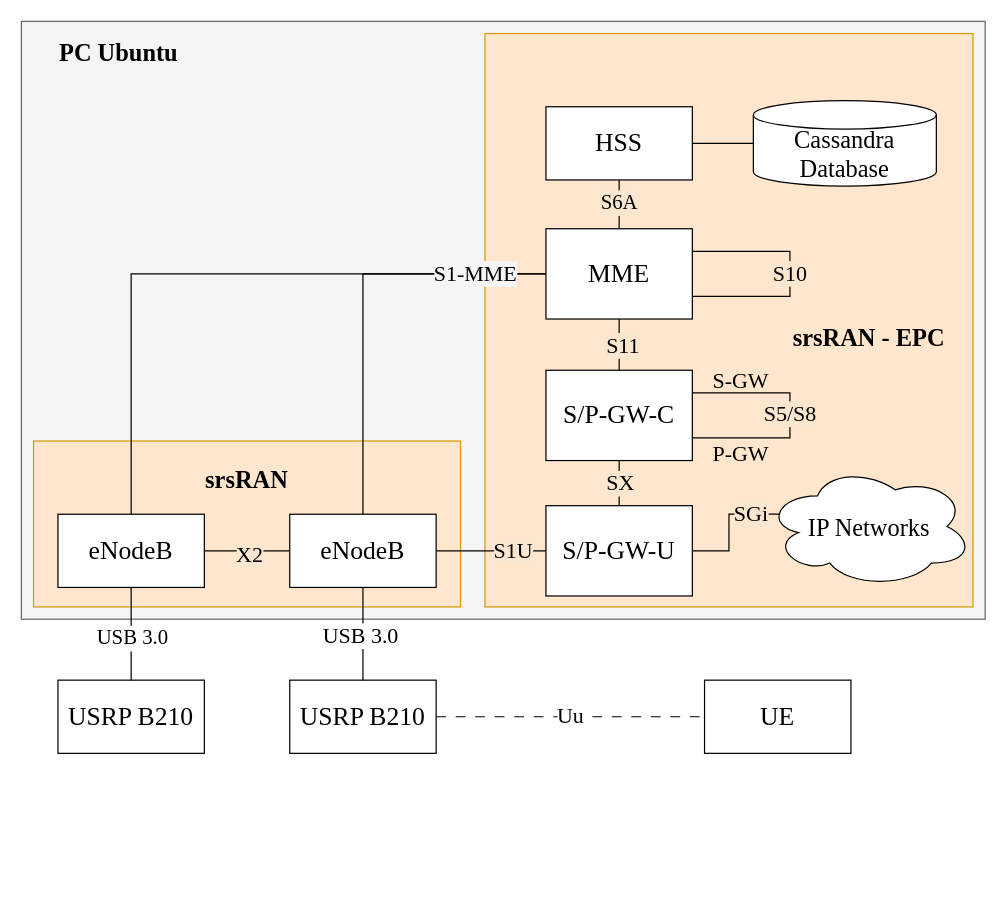
This is page "Design" (3 of 3) of OFDM.drawio from troders34/research, a draw.io file, before an edit. Source tidied: cells renumbered, new cells numbered last; positions are measured from the earlier drawing's top-left corner, leaving out a move shared by most shapes. Both pictures are drawn from the tidied source at 122%, with x=0, y=0 at pixel (21, 21).
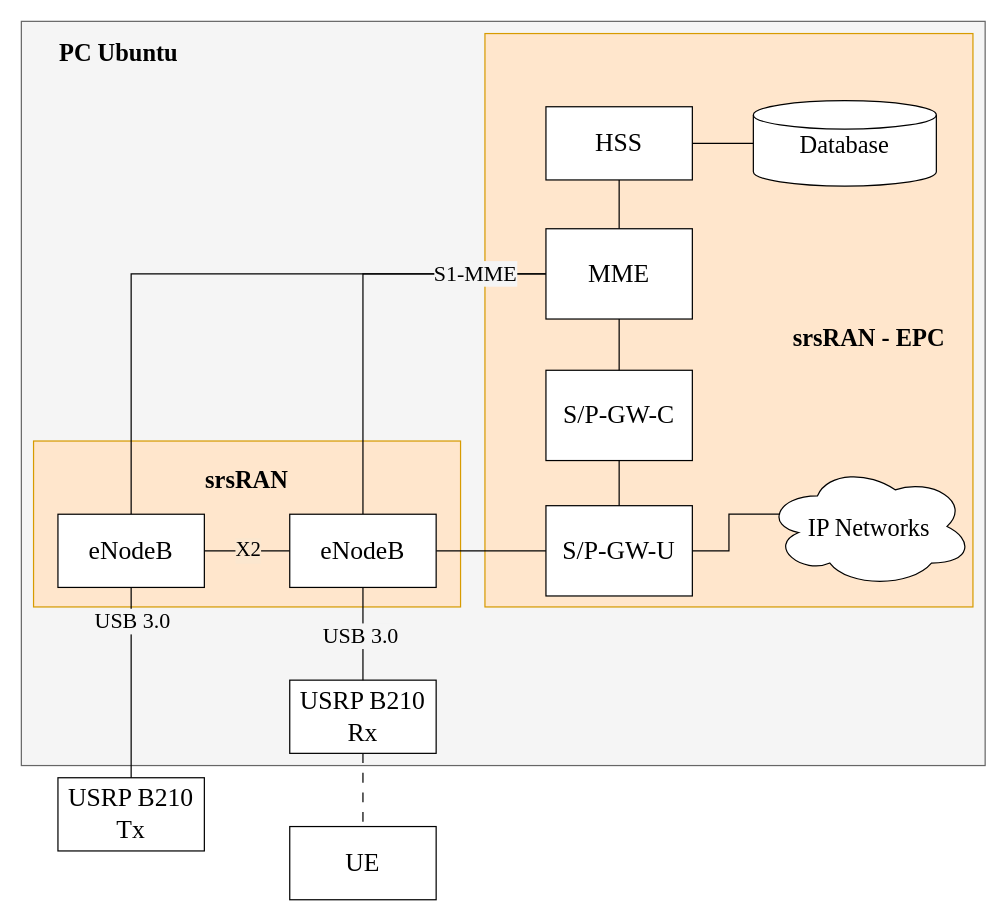
After the change.

The change refers to these unchanged cells:
```xml
<mxCell id="9" style="edgeStyle=orthogonalEdgeStyle;rounded=0;jettySize=auto;html=1;exitX=1;exitY=0.5;exitDx=0;exitDy=0;entryX=0;entryY=0.5;entryDx=0;entryDy=0;endArrow=none;startFill=0;" parent="1" edge="1" source="12" target="19">
  <mxGeometry relative="1" as="geometry" />
</mxCell>
<mxCell id="12" value="eNodeB" style="rounded=0;whiteSpace=wrap;html=1;fontFamily=Times New Roman;verticalAlign=middle;fontSize=21;" parent="1" vertex="1">
  <mxGeometry x="30" y="404" width="120" height="60" as="geometry" />
</mxCell>
<mxCell id="13" style="edgeStyle=orthogonalEdgeStyle;rounded=0;jettySize=auto;html=1;exitX=0.5;exitY=1;exitDx=0;exitDy=0;entryX=0.5;entryY=0;entryDx=0;entryDy=0;endArrow=none;startFill=0;" parent="1" edge="1" source="19" target="3">
  <mxGeometry relative="1" as="geometry" />
</mxCell>
<mxCell id="17" style="edgeStyle=orthogonalEdgeStyle;rounded=0;jettySize=auto;html=1;exitX=1;exitY=0.5;exitDx=0;exitDy=0;entryX=0;entryY=0.5;entryDx=0;entryDy=0;endArrow=none;startFill=0;" parent="1" edge="1" source="19" target="26">
  <mxGeometry relative="1" as="geometry" />
</mxCell>
<mxCell id="21" style="edgeStyle=orthogonalEdgeStyle;rounded=0;jettySize=auto;html=1;exitX=0.5;exitY=1;exitDx=0;exitDy=0;entryX=0.5;entryY=0;entryDx=0;entryDy=0;endArrow=none;startFill=0;" parent="1" edge="1" source="23" target="32">
  <mxGeometry relative="1" as="geometry" />
</mxCell>
<mxCell id="27" style="edgeStyle=orthogonalEdgeStyle;rounded=0;jettySize=auto;html=1;exitX=0.5;exitY=1;exitDx=0;exitDy=0;entryX=0.5;entryY=0;entryDx=0;entryDy=0;endArrow=none;startFill=0;" parent="1" edge="1" source="29" target="26">
  <mxGeometry relative="1" as="geometry" />
</mxCell>
<mxCell id="29" value="S/P-GW-C" style="rounded=0;whiteSpace=wrap;html=1;fontFamily=Times New Roman;verticalAlign=middle;fontSize=21;" parent="1" vertex="1">
  <mxGeometry x="430" y="286" width="120" height="74" as="geometry" />
</mxCell>
<mxCell id="30" style="edgeStyle=orthogonalEdgeStyle;rounded=0;jettySize=auto;html=1;exitX=0.5;exitY=1;exitDx=0;exitDy=0;entryX=0.5;entryY=0;entryDx=0;entryDy=0;endArrow=none;startFill=0;" parent="1" edge="1" source="32" target="29">
  <mxGeometry relative="1" as="geometry" />
</mxCell>
<mxCell id="32" value="MME" style="rounded=0;whiteSpace=wrap;html=1;fontFamily=Times New Roman;verticalAlign=middle;fontSize=21;" parent="1" vertex="1">
  <mxGeometry x="430" y="170" width="120" height="74" as="geometry" />
</mxCell>
<mxCell id="34" style="edgeStyle=orthogonalEdgeStyle;rounded=0;jettySize=auto;html=1;exitX=1;exitY=0.5;exitDx=0;exitDy=0;entryX=0.07;entryY=0.4;entryDx=0;entryDy=0;entryPerimeter=0;endArrow=none;startFill=0;" parent="1" edge="1" source="26" target="33">
  <mxGeometry relative="1" as="geometry" />
</mxCell>
```

Change to the diagram source:
```diff
@@
+    <mxCell id="4" style="rounded=0;whiteSpace=wrap;html=1;fontFamily=Times New Roman;verticalAlign=middle;fontSize=21;fillColor=#f5f5f5;strokeColor=#666666;fontColor=#333333;labelBackgroundColor=light-dark(#fbe7cf, #ededed);" parent="1" vertex="1">
+      <mxGeometry width="790" height="610" as="geometry" />
+    </mxCell>
-    <mxCell id="2" value="USRP B210" style="rounded=0;whiteSpace=wrap;html=1;fontFamily=Times New Roman;verticalAlign=middle;fontSize=21;" parent="1" vertex="1">
-      <mxGeometry x="30" y="540" width="120" height="60" as="geometry" />
+    <mxCell id="2" value="USRP B210&lt;div&gt;Tx&lt;/div&gt;" style="rounded=0;whiteSpace=wrap;html=1;fontFamily=Times New Roman;verticalAlign=middle;fontSize=21;" parent="1" vertex="1">
+      <mxGeometry x="30" y="620" width="120" height="60" as="geometry" />
     </mxCell>
+    <mxCell id="43" style="edgeStyle=orthogonalEdgeStyle;rounded=0;jettySize=auto;html=1;exitX=0.5;exitY=1;exitDx=0;exitDy=0;entryX=0.5;entryY=0;entryDx=0;entryDy=0;endArrow=none;startFill=0;dashed=1;dashPattern=8 8;" parent="1" edge="1" source="3" target="42">
+      <mxGeometry relative="1" as="geometry" />
+    </mxCell>
-    <mxCell id="3" value="USRP B210" style="rounded=0;whiteSpace=wrap;html=1;fontFamily=Times New Roman;verticalAlign=middle;fontSize=21;" parent="1" vertex="1">
+    <mxCell id="3" value="USRP B210&lt;div&gt;Rx&lt;/div&gt;" style="rounded=0;whiteSpace=wrap;html=1;fontFamily=Times New Roman;verticalAlign=middle;fontSize=21;" parent="1" vertex="1">
       <mxGeometry x="220" y="540" width="120" height="60" as="geometry" />
     </mxCell>
-    <mxCell id="4" style="rounded=0;whiteSpace=wrap;html=1;fontFamily=Times New Roman;verticalAlign=middle;fontSize=21;fillColor=#f5f5f5;strokeColor=#666666;fontColor=#333333;" parent="1" vertex="1">
-      <mxGeometry width="790" height="490" as="geometry" />
-    </mxCell>
@@
-    <mxCell id="7" style="edgeStyle=orthogonalEdgeStyle;rounded=0;jettySize=auto;html=1;exitX=0.5;exitY=1;exitDx=0;exitDy=0;entryX=0.5;entryY=0;entryDx=0;entryDy=0;endArrow=none;startFill=0;" parent="1" edge="1" source="12" target="2">
-      <mxGeometry relative="1" as="geometry" />
-    </mxCell>
-    <mxCell id="8" value="&lt;font&gt;USB 3.0&lt;/font&gt;" style="edgeLabel;html=1;align=center;verticalAlign=middle;fontFamily=Times New Roman;fontSize=17;" parent="7" vertex="1">
-      <mxGeometry x="0.09" relative="1" as="geometry" />
-    </mxCell>
@@
-    <mxCell id="10" value="X2" style="edgeLabel;html=1;align=center;verticalAlign=middle;fontFamily=Times New Roman;fontSize=18;labelBackgroundColor=light-dark(#fbe7cf, #ededed);" parent="9" vertex="1">
-      <mxGeometry x="0.04" y="-3" relative="1" as="geometry" />
+    <mxCell id="10" value="&lt;font style=&quot;font-size: 17px;&quot; face=&quot;Times New Roman&quot;&gt;X2&lt;/font&gt;" style="edgeLabel;html=1;align=center;verticalAlign=middle;labelBackgroundColor=light-dark(#fbe7cf, #ededed);" parent="9" vertex="1">
+      <mxGeometry y="1" relative="1" as="geometry" />
     </mxCell>
@@
+    <mxCell id="7" style="edgeStyle=orthogonalEdgeStyle;rounded=0;jettySize=auto;html=1;exitX=0.5;exitY=1;exitDx=0;exitDy=0;entryX=0.5;entryY=0;entryDx=0;entryDy=0;endArrow=none;startFill=0;" parent="1" edge="1" source="12" target="2">
+      <mxGeometry relative="1" as="geometry" />
+    </mxCell>
+    <mxCell id="8" value="&lt;font face=&quot;Times New Roman&quot; style=&quot;font-size: 18px;&quot;&gt;USB 3.0&lt;/font&gt;" style="edgeLabel;html=1;align=center;verticalAlign=middle;labelBackgroundColor=light-dark(#f5f5f5, #ededed);" parent="7" vertex="1">
+      <mxGeometry x="-0.65" relative="1" as="geometry" />
+    </mxCell>
@@
-    <mxCell id="14" value="USB 3.0" style="edgeLabel;html=1;align=center;verticalAlign=middle;fontSize=18;fontFamily=Times New Roman;" parent="13" vertex="1">
+    <mxCell id="14" value="USB 3.0" style="edgeLabel;html=1;align=center;verticalAlign=middle;fontSize=18;fontFamily=Times New Roman;labelBackgroundColor=light-dark(#f5f5f5, #ededed);" parent="13" vertex="1">
       <mxGeometry x="0.03" y="-3" relative="1" as="geometry" />
     </mxCell>
@@
-    <mxCell id="18" value="&lt;font face=&quot;Times New Roman&quot; style=&quot;font-size: 18px;&quot;&gt;S1U&lt;/font&gt;" style="edgeLabel;html=1;align=center;verticalAlign=middle;labelBackgroundColor=light-dark(#fbe7cf, #ededed);" parent="17" vertex="1">
-      <mxGeometry x="0.38" y="1" relative="1" as="geometry" />
-    </mxCell>
@@
-    <mxCell id="22" value="&lt;font face=&quot;Times New Roman&quot; style=&quot;font-size: 17px;&quot;&gt;S6A&lt;/font&gt;" style="edgeLabel;html=1;align=center;verticalAlign=middle;labelBackgroundColor=light-dark(#fbe7cf, #ededed);" parent="21" vertex="1">
-      <mxGeometry x="-0.08" y="-1" relative="1" as="geometry" />
-    </mxCell>
@@
-    <mxCell id="24" value="&lt;font&gt;Cassandra&lt;/font&gt;&lt;div&gt;&lt;font&gt;Database&lt;/font&gt;&lt;/div&gt;" style="strokeWidth=1;html=1;shape=mxgraph.flowchart.database;whiteSpace=wrap;fontFamily=Times New Roman;fontSize=20;verticalAlign=bottom;" parent="1" vertex="1">
+    <mxCell id="24" value="Database" style="strokeWidth=1;html=1;shape=mxgraph.flowchart.database;whiteSpace=wrap;fontFamily=Times New Roman;fontSize=20;verticalAlign=middle;" parent="1" vertex="1">
       <mxGeometry x="600" y="65" width="150" height="70" as="geometry" />
     </mxCell>
@@
-    <mxCell id="28" value="&lt;font face=&quot;Times New Roman&quot; style=&quot;font-size: 18px;&quot;&gt;SX&lt;/font&gt;" style="edgeLabel;html=1;align=center;verticalAlign=middle;labelBackgroundColor=light-dark(#fbe7cf, #ededed);" parent="27" vertex="1">
-      <mxGeometry x="-0.04" relative="1" as="geometry" />
-    </mxCell>
@@
-    <mxCell id="31" value="&lt;font face=&quot;Times New Roman&quot; style=&quot;font-size: 18px;&quot;&gt;S11&lt;/font&gt;" style="edgeLabel;html=1;align=center;verticalAlign=middle;labelBackgroundColor=light-dark(#fbe7cf, #ededed);" parent="30" vertex="1">
-      <mxGeometry x="0.02" y="2" relative="1" as="geometry" />
-    </mxCell>
@@
-    <mxCell id="35" value="&lt;font face=&quot;Times New Roman&quot; style=&quot;font-size: 18px;&quot;&gt;SGi&lt;/font&gt;" style="edgeLabel;html=1;align=center;verticalAlign=middle;labelBackgroundColor=light-dark(#fbe7cf, #ededed);" parent="34" vertex="1">
-      <mxGeometry x="0.52" y="1" relative="1" as="geometry" />
-    </mxCell>
-    <mxCell id="36" style="edgeStyle=orthogonalEdgeStyle;rounded=0;orthogonalLoop=1;jettySize=auto;html=1;exitX=1;exitY=0.75;exitDx=0;exitDy=0;entryX=1;entryY=0.25;entryDx=0;entryDy=0;endArrow=none;startFill=0;" parent="1" edge="1" source="29" target="29">
-      <mxGeometry relative="1" as="geometry">
-        <Array as="points">
-          <mxPoint x="630" y="341" />
-          <mxPoint x="630" y="305" />
-        </Array>
-      </mxGeometry>
-    </mxCell>
-    <mxCell id="37" value="&lt;font face=&quot;Times New Roman&quot; style=&quot;font-size: 18px;&quot;&gt;S5/S8&lt;/font&gt;" style="edgeLabel;html=1;align=center;verticalAlign=middle;labelBackgroundColor=light-dark(#fbe7cf, #ededed);" parent="36" vertex="1">
-      <mxGeometry x="0.02" y="1" relative="1" as="geometry" />
-    </mxCell>
-    <mxCell id="38" value="&lt;font style=&quot;font-size: 18px;&quot; face=&quot;Times New Roman&quot;&gt;S-GW&lt;/font&gt;" style="text;html=1;align=center;verticalAlign=middle;whiteSpace=wrap;rounded=0;" parent="1" vertex="1">
-      <mxGeometry x="560" y="280" width="60" height="30" as="geometry" />
-    </mxCell>
-    <mxCell id="39" value="&lt;font style=&quot;font-size: 18px;&quot; face=&quot;Times New Roman&quot;&gt;P-GW&lt;/font&gt;" style="text;html=1;align=center;verticalAlign=middle;whiteSpace=wrap;rounded=0;" parent="1" vertex="1">
-      <mxGeometry x="560" y="340" width="60" height="30" as="geometry" />
-    </mxCell>
-    <mxCell id="40" style="edgeStyle=orthogonalEdgeStyle;rounded=0;orthogonalLoop=1;jettySize=auto;html=1;exitX=1;exitY=0.25;exitDx=0;exitDy=0;entryX=1;entryY=0.75;entryDx=0;entryDy=0;endArrow=none;startFill=0;" parent="1" edge="1" source="32" target="32">
-      <mxGeometry relative="1" as="geometry">
-        <Array as="points">
-          <mxPoint x="630" y="189" />
-          <mxPoint x="630" y="226" />
-        </Array>
-      </mxGeometry>
-    </mxCell>
-    <mxCell id="41" value="&lt;font face=&quot;Times New Roman&quot; style=&quot;font-size: 18px;&quot;&gt;S10&lt;/font&gt;" style="edgeLabel;html=1;align=center;verticalAlign=middle;labelBackgroundColor=light-dark(#fbe7cf, #ededed);" parent="40" vertex="1">
-      <mxGeometry x="-0.01" y="-1" relative="1" as="geometry" />
-    </mxCell>
     <mxCell id="42" value="UE" style="rounded=0;whiteSpace=wrap;html=1;fontFamily=Times New Roman;verticalAlign=middle;fontSize=21;" parent="1" vertex="1">
-      <mxGeometry x="560" y="540" width="120" height="60" as="geometry" />
+      <mxGeometry x="220" y="660" width="120" height="60" as="geometry" />
     </mxCell>
-    <mxCell id="43" style="endArrow=none;html=1;rounded=0;exitX=1;exitY=0.5;exitDx=0;exitDy=0;entryX=0;entryY=0.5;entryDx=0;entryDy=0;startFill=0;dashed=1;dashPattern=8 8;" parent="1" edge="1" source="3" target="42">
-      <mxGeometry relative="1" as="geometry" />
-    </mxCell>
-    <mxCell id="44" value="&lt;font style=&quot;font-size: 18px;&quot; face=&quot;Times New Roman&quot;&gt;Uu&lt;/font&gt;" style="edgeLabel;html=1;align=center;verticalAlign=middle;" parent="43" vertex="1">
-      <mxGeometry x="-0.01" y="1" relative="1" as="geometry" />
-    </mxCell>
```
